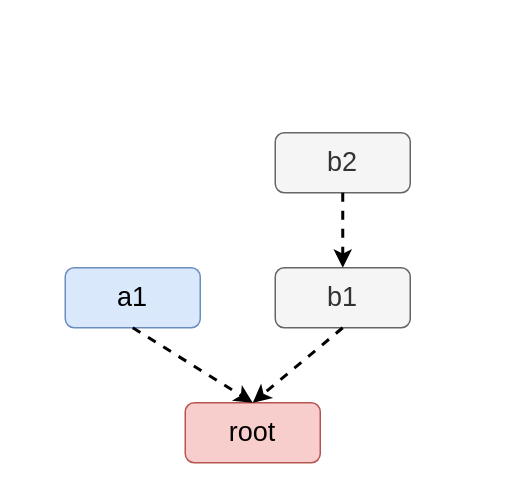
The draw.io diagram ethereum-research/consensus/Casper/checkpoint-conflicting.drawio in 0xyicheng/a-research-diagram, before the edit. Source tidied: cells renumbered, new cells numbered last; positions are measured from the earlier drawing's top-left corner, leaving out a move shared by most shapes. Both pictures are drawn from the tidied source at 150%, with x=0, y=0 at pixel (64, 132).
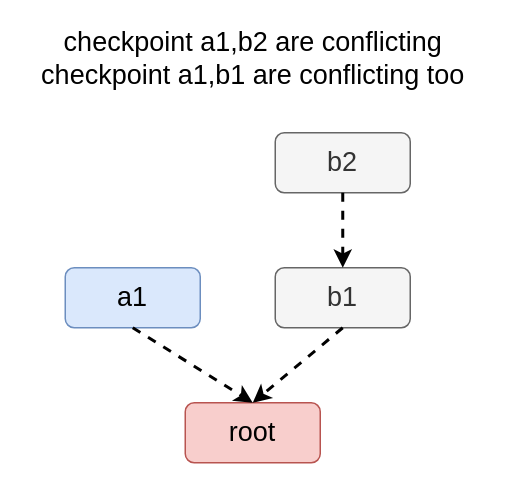
The same diagram, later.

Change to the diagram source:
```diff
@@
 <mxGraphModel>
   <root>
     <mxCell id="0" />
     <mxCell id="1" parent="0" />
     <mxCell id="2" value="&lt;font style=&quot;font-size: 18px;&quot;&gt;root&lt;/font&gt;" style="rounded=1;whiteSpace=wrap;html=1;fillColor=#f8cecc;strokeColor=#b85450;" parent="1" vertex="1">
       <mxGeometry x="80" y="180" width="90" height="40" as="geometry" />
     </mxCell>
     <mxCell id="3" value="&lt;span style=&quot;font-size: 18px;&quot;&gt;b1&lt;/span&gt;" style="rounded=1;whiteSpace=wrap;html=1;fillColor=#f5f5f5;fontColor=#333333;strokeColor=#666666;" parent="1" vertex="1">
       <mxGeometry x="140" y="90" width="90" height="40" as="geometry" />
     </mxCell>
     <mxCell id="4" value="&lt;font style=&quot;font-size: 18px;&quot;&gt;a1&lt;/font&gt;" style="rounded=1;whiteSpace=wrap;html=1;fillColor=#dae8fc;strokeColor=#6c8ebf;" parent="1" vertex="1">
       <mxGeometry y="90" width="90" height="40" as="geometry" />
     </mxCell>
     <mxCell id="5" value="&lt;font style=&quot;font-size: 18px;&quot;&gt;b2&lt;/font&gt;" style="rounded=1;whiteSpace=wrap;html=1;fillColor=#f5f5f5;fontColor=#333333;strokeColor=#666666;" parent="1" vertex="1">
       <mxGeometry x="140" width="90" height="40" as="geometry" />
     </mxCell>
     <mxCell id="6" style="endArrow=classic;html=1;rounded=0;fontSize=18;strokeWidth=2;dashed=1;exitX=0.5;exitY=1;exitDx=0;exitDy=0;entryX=0.5;entryY=0;entryDx=0;entryDy=0;" parent="1" edge="1" source="3" target="2">
       <mxGeometry relative="1" as="geometry" />
     </mxCell>
     <mxCell id="7" style="endArrow=classic;html=1;rounded=0;fontSize=18;strokeWidth=2;dashed=1;exitX=0.5;exitY=1;exitDx=0;exitDy=0;entryX=0.5;entryY=0;entryDx=0;entryDy=0;" parent="1" edge="1" source="5" target="3">
       <mxGeometry relative="1" as="geometry" />
     </mxCell>
     <mxCell id="8" style="endArrow=classic;html=1;rounded=0;fontSize=18;strokeWidth=2;dashed=1;exitX=0.5;exitY=1;exitDx=0;exitDy=0;entryX=0.5;entryY=0;entryDx=0;entryDy=0;" parent="1" edge="1" source="4" target="2">
       <mxGeometry relative="1" as="geometry" />
     </mxCell>
+    <mxCell id="9" value="checkpoint a1,b2 are conflicting&lt;br&gt;checkpoint a1,b1 are conflicting too" style="text;html=1;strokeColor=none;fillColor=none;align=center;verticalAlign=middle;whiteSpace=wrap;rounded=0;fontSize=18;" parent="1" vertex="1">
+      <mxGeometry x="-26.2" y="-50" width="302.5" as="geometry" />
+    </mxCell>
   </root>
 </mxGraphModel>
```
